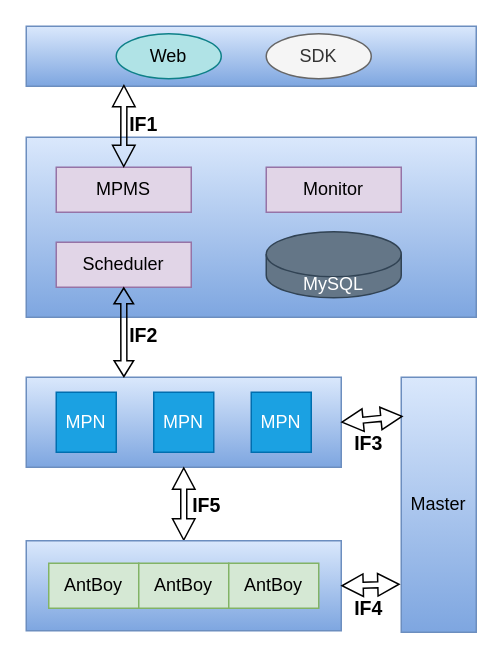
Above: page "第一层" (1 of 2) of 梧桐.drawio in zebra-min/my-design (draw.io), before the change. Source tidied: cells renumbered, new cells numbered last; positions are measured from the earlier drawing's top-left corner, leaving out a move shared by most shapes. Both pictures are drawn from the tidied source at 150%, with x=0, y=0 at pixel (26, 26).
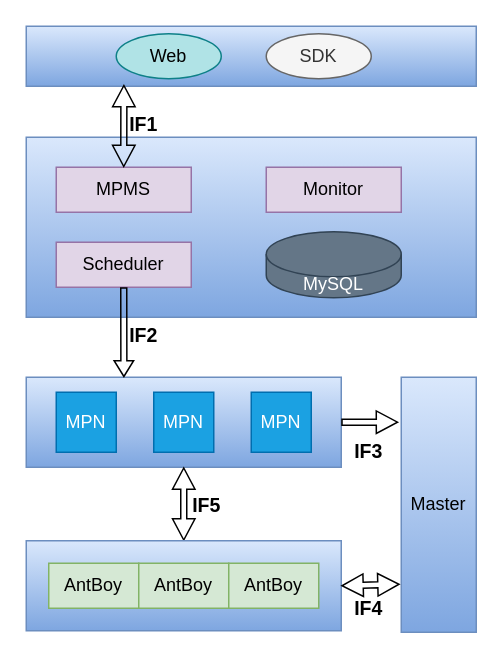
The same diagram, later.

Unchanged cells that the change refers to:
```xml
<mxCell id="4" value="Scheduler" style="rounded=0;whiteSpace=wrap;html=1;fillColor=#e1d5e7;strokeColor=#9673a6;" parent="1" vertex="1">
  <mxGeometry x="20" y="144" width="90" height="30" as="geometry" />
</mxCell>
<mxCell id="6" value="Master" style="rounded=0;whiteSpace=wrap;html=1;fillColor=#dae8fc;strokeColor=#6c8ebf;gradientColor=#7ea6e0;" parent="1" vertex="1">
  <mxGeometry x="250" y="234" width="50" height="170" as="geometry" />
</mxCell>
<mxCell id="7" style="rounded=0;whiteSpace=wrap;html=1;fillColor=#dae8fc;strokeColor=#6c8ebf;gradientColor=#7ea6e0;" parent="1" vertex="1">
  <mxGeometry y="234" width="210" height="60" as="geometry" />
</mxCell>
```

The edit, as a diff of the source:
```diff
@@
-    <mxCell id="11" style="shape=flexArrow;endArrow=classic;startArrow=classic;html=1;rounded=0;width=4;startSize=3.17;startWidth=8;endWidth=8;endSize=3.17;entryX=0.5;entryY=1;entryDx=0;entryDy=0;exitX=0.31;exitY=0;exitDx=0;exitDy=0;exitPerimeter=0;" parent="1" edge="1" source="7" target="4">
+    <mxCell id="11" style="shape=flexArrow;endArrow=none;startArrow=block;html=1;rounded=0;width=4;startSize=3.17;startWidth=8;endWidth=8;endSize=3.17;entryX=0.5;entryY=1;entryDx=0;entryDy=0;exitX=0.31;exitY=0;exitDx=0;exitDy=0;exitPerimeter=0;startFill=0;endFill=0;" parent="1" edge="1" source="7" target="4">
       <mxGeometry relative="1" as="geometry" />
     </mxCell>
@@
-    <mxCell id="18" style="shape=flexArrow;endArrow=classic;startArrow=classic;html=1;rounded=0;endWidth=10;endSize=4.38;width=4;startWidth=10;startSize=4.38;exitX=0.02;exitY=0.153;exitDx=0;exitDy=0;exitPerimeter=0;entryX=1;entryY=0.5;entryDx=0;entryDy=0;" parent="1" edge="1" source="6" target="7">
+    <mxCell id="18" style="shape=flexArrow;endArrow=none;startArrow=block;html=1;rounded=0;endWidth=10;endSize=4.38;width=4;startWidth=10;startSize=4.38;exitX=-0.04;exitY=0.176;exitDx=0;exitDy=0;exitPerimeter=0;entryX=1;entryY=0.5;entryDx=0;entryDy=0;startFill=0;endFill=0;" parent="1" edge="1" source="6" target="7">
       <mxGeometry relative="1" as="geometry" />
     </mxCell>
@@
     <mxCell id="25" value="IF3" style="text;html=1;align=center;verticalAlign=middle;strokeColor=none;fillColor=none;fontStyle=1;fontSize=13;" parent="1" vertex="1">
-      <mxGeometry x="208" y="263" width="40" height="30" as="geometry" />
+      <mxGeometry x="208" y="268" width="40" height="30" as="geometry" />
     </mxCell>
```
